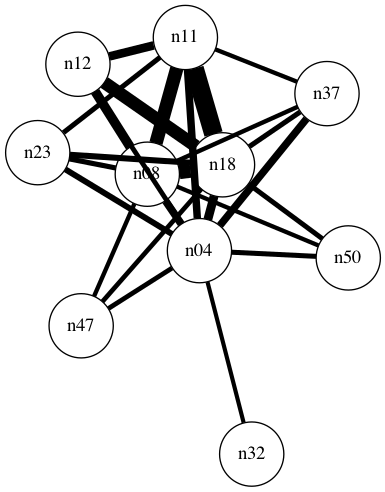
Earlier version of the Graphviz export program/sales/Graph.gv.png (eiskry/info_vis). Its source is kept beside it as program/sales/Graph.gv. Source of this version:
```dot
graph {
	node [coler=black shape=circle]
	n18 -- n11 [penwidth=14.06]
	n08 -- n18 [penwidth=13.41]
	n08 -- n11 [penwidth=10.06]
	n18 -- n12 [penwidth=9.6]
	n08 -- n12 [penwidth=7.18]
	n04 -- n18 [penwidth=6.63]
	n11 -- n12 [penwidth=6.44]
	n04 -- n08 [penwidth=5.75]
	n04 -- n11 [penwidth=5.6]
	n37 -- n04 [penwidth=5.58]
	n23 -- n18 [penwidth=4.54]
	n04 -- n23 [penwidth=4.46]
	n08 -- n23 [penwidth=3.88]
	n37 -- n18 [penwidth=3.83]
	n23 -- n11 [penwidth=3.79]
	n04 -- n50 [penwidth=3.78]
	n18 -- n50 [penwidth=3.74]
	n04 -- n12 [penwidth=3.66]
	n04 -- n47 [penwidth=3.6]
	n18 -- n47 [penwidth=3.54]
	n37 -- n08 [penwidth=3.32]
	n08 -- n47 [penwidth=3.27]
	n37 -- n11 [penwidth=3.24]
	n08 -- n50 [penwidth=3.23]
	n04 -- n32 [penwidth=3.12]
}
```
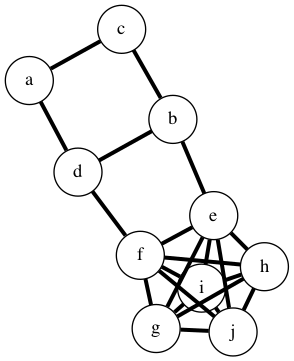
Above is the later version.

The edit, as a diff of the source:
```diff
@@ -1,28 +1,24 @@
 graph {
 	node [coler=black shape=circle]
-	n18 -- n11 [penwidth=14.06]
-	n08 -- n18 [penwidth=13.41]
-	n08 -- n11 [penwidth=10.06]
-	n18 -- n12 [penwidth=9.6]
-	n08 -- n12 [penwidth=7.18]
-	n04 -- n18 [penwidth=6.63]
-	n11 -- n12 [penwidth=6.44]
-	n04 -- n08 [penwidth=5.75]
-	n04 -- n11 [penwidth=5.6]
-	n37 -- n04 [penwidth=5.58]
-	n23 -- n18 [penwidth=4.54]
-	n04 -- n23 [penwidth=4.46]
-	n08 -- n23 [penwidth=3.88]
-	n37 -- n18 [penwidth=3.83]
-	n23 -- n11 [penwidth=3.79]
-	n04 -- n50 [penwidth=3.78]
-	n18 -- n50 [penwidth=3.74]
-	n04 -- n12 [penwidth=3.66]
-	n04 -- n47 [penwidth=3.6]
-	n18 -- n47 [penwidth=3.54]
-	n37 -- n08 [penwidth=3.32]
-	n08 -- n47 [penwidth=3.27]
-	n37 -- n11 [penwidth=3.24]
-	n08 -- n50 [penwidth=3.23]
-	n04 -- n32 [penwidth=3.12]
+	a -- c [penwidth=3]
+	a -- d [penwidth=3]
+	b -- e [penwidth=3]
+	c -- b [penwidth=3]
+	d -- b [penwidth=3]
+	d -- f [penwidth=3]
+	f -- e [penwidth=3]
+	f -- g [penwidth=3]
+	f -- h [penwidth=3]
+	f -- i [penwidth=3]
+	f -- j [penwidth=3]
+	g -- e [penwidth=3]
+	h -- e [penwidth=3]
+	h -- g [penwidth=3]
+	h -- i [penwidth=3]
+	h -- j [penwidth=3]
+	i -- e [penwidth=3]
+	i -- g [penwidth=3]
+	j -- e [penwidth=3]
+	j -- g [penwidth=3]
+	j -- i [penwidth=3]
 }
```
